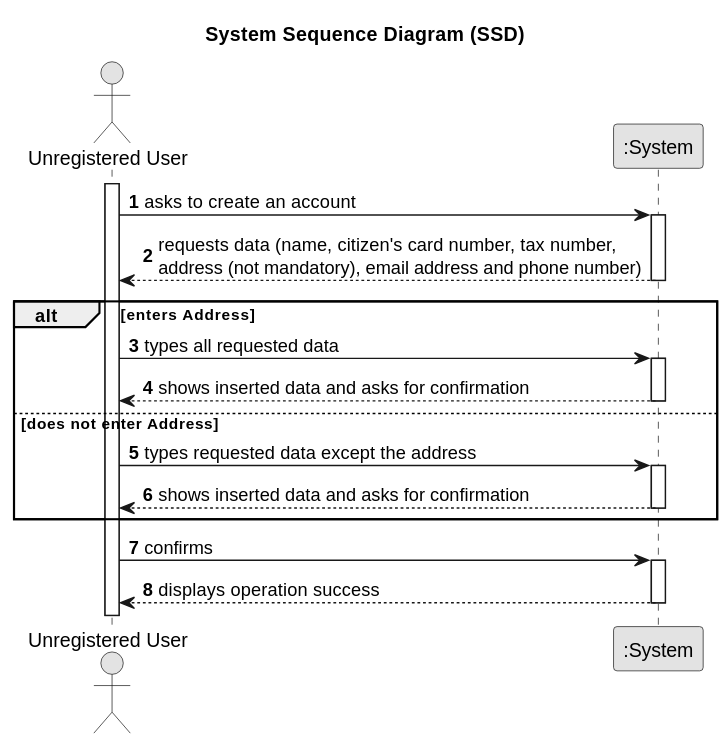
Above: docs/sprintB/US07/01.requirements-engineering/svg/us07-system-sequence-diagram.svg in PureNimble/ISEP-LAPR2 (PlantUML), before the change.
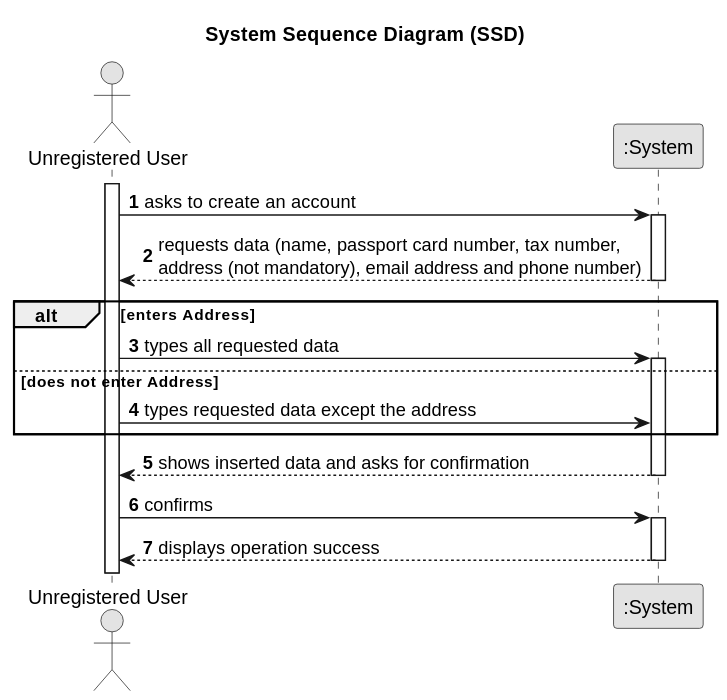
Later version of the same file.

What changed in the source:
```diff
@@ -15,7 +15,7 @@
     unregUser -> System : asks to create an account
     activate System
 
-        System --> unregUser : requests data (name, citizen's card number, tax number, \naddress (not mandatory), email address and phone number)
+        System --> unregUser : requests data (name, passport card number, tax number, \naddress (not mandatory), email address and phone number)
     deactivate System
 
     alt enters Address
@@ -23,18 +23,14 @@
     unregUser -> System : types all requested data
     activate System
 
-        System --> unregUser : shows inserted data and asks for confirmation
-    deactivate System
-
     else does not enter Address
 
     unregUser -> System : types requested data except the address
-    activate System
+
+    end
 
         System --> unregUser : shows inserted data and asks for confirmation
     deactivate System
-
-    end
 
     unregUser -> System : confirms
     activate System
```
